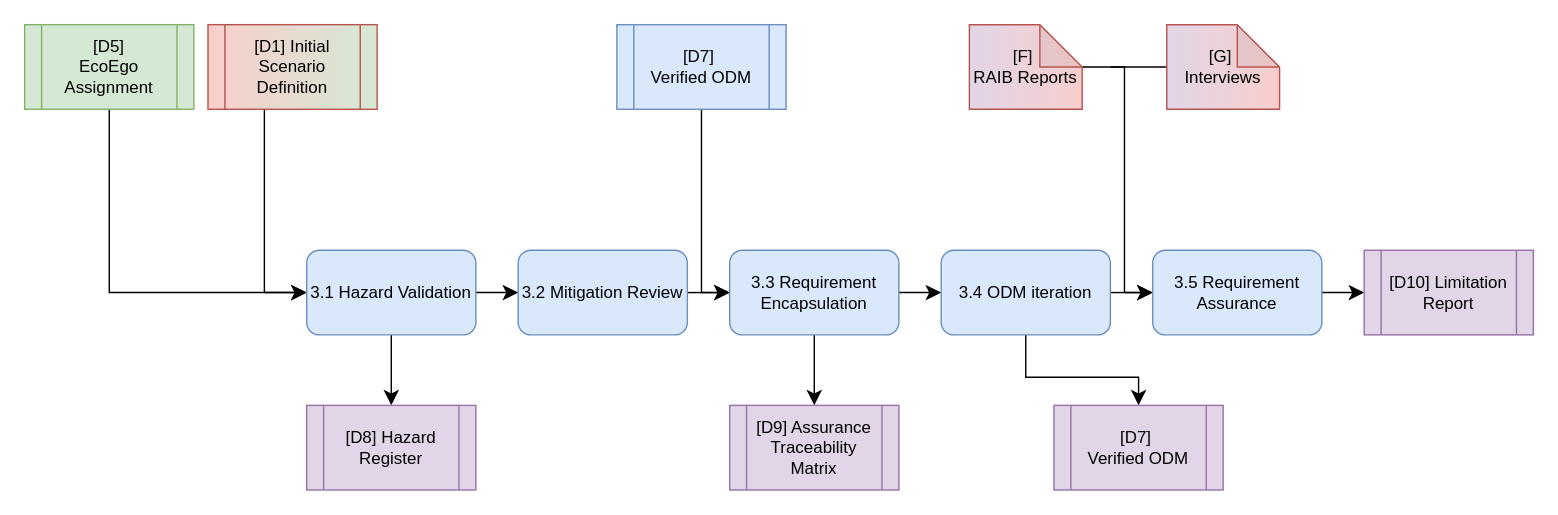
The draw.io diagram public/diagrams/step-3.drawio in TortoiseFather/sacred-site, before the edit. Source tidied: cells renumbered, new cells numbered last; positions are measured from the earlier drawing's top-left corner, leaving out a move shared by most shapes. Both pictures are drawn from the tidied source at 141%, with x=0, y=0 at pixel (24, 24).
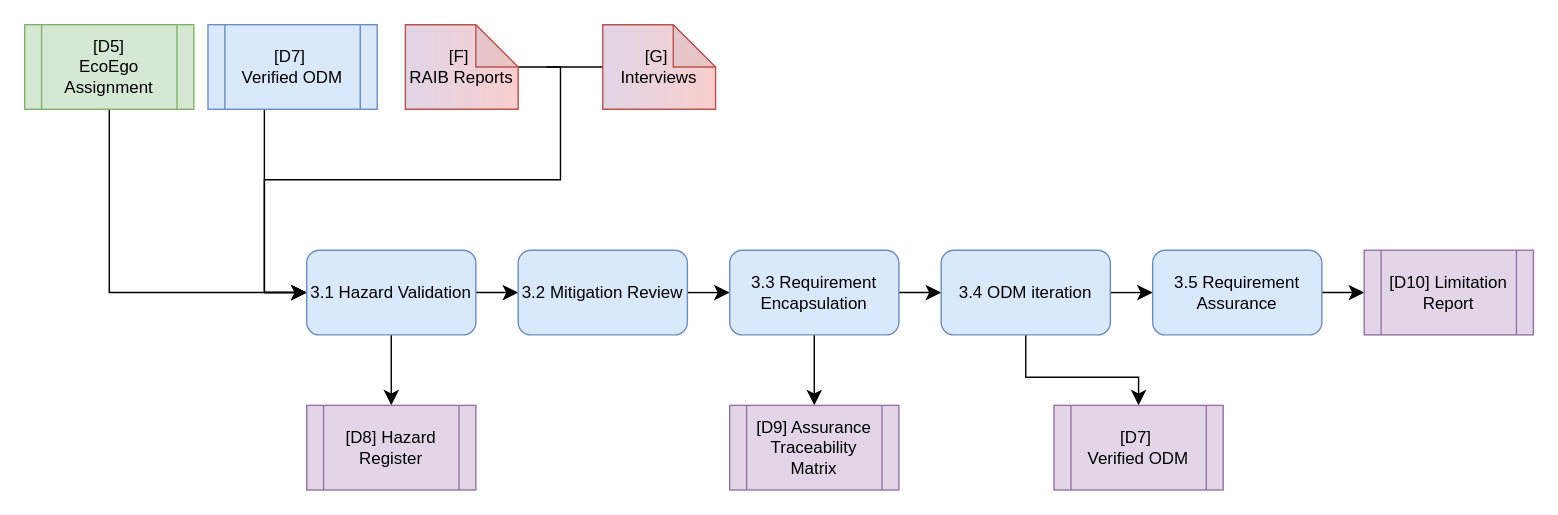
The same diagram, later.

Unchanged cells that the change refers to:
```xml
<mxCell id="12" value="3.1 Hazard Validation" style="rounded=1;whiteSpace=wrap;html=1;fillColor=#dae8fc;strokeColor=#6c8ebf;" parent="1" vertex="1">
  <mxGeometry x="200" y="160" width="120" height="60" as="geometry" />
</mxCell>
<mxCell id="17" value="3.3 Requirement Encapsulation" style="rounded=1;whiteSpace=wrap;html=1;fillColor=#dae8fc;strokeColor=#6c8ebf;" parent="1" vertex="1">
  <mxGeometry x="500" y="160" width="120" height="60" as="geometry" />
</mxCell>
<mxCell id="22" value="3.5 Requirement Assurance" style="rounded=1;whiteSpace=wrap;html=1;fillColor=#dae8fc;strokeColor=#6c8ebf;" parent="1" vertex="1">
  <mxGeometry x="800" y="160" width="120" height="60" as="geometry" />
</mxCell>
```

What changed in the source:
```diff
@@
-    <mxCell id="3" value="[D1] Initial Scenario Definition" style="shape=process;whiteSpace=wrap;html=1;backgroundOutline=1;fillColor=#f8cecc;strokeColor=#b85450;gradientColor=#D5E8D4;gradientDirection=east;" parent="1" vertex="1">
-      <mxGeometry x="130" width="120" height="60" as="geometry" />
-    </mxCell>
@@
-    <mxCell id="6" style="edgeStyle=none;curved=0;rounded=0;jettySize=auto;html=1;entryX=0;entryY=0.5;entryDx=0;entryDy=0;fontSize=12;startSize=8;endSize=8;" parent="1" edge="1" source="7" target="17">
-      <mxGeometry relative="1" as="geometry">
-        <Array as="points">
-          <mxPoint x="480" y="190" />
-        </Array>
-      </mxGeometry>
-    </mxCell>
     <mxCell id="7" value="&lt;div&gt;[D7]&amp;nbsp;&lt;/div&gt;&lt;div&gt;Verified ODM&lt;/div&gt;" style="shape=process;whiteSpace=wrap;html=1;backgroundOutline=1;fillColor=#dae8fc;strokeColor=#6c8ebf;" parent="1" vertex="1">
-      <mxGeometry x="420" width="120" height="60" as="geometry" />
+      <mxGeometry x="130" width="120" height="60" as="geometry" />
     </mxCell>
-    <mxCell id="8" style="edgeStyle=none;curved=0;rounded=0;jettySize=auto;html=1;entryX=0;entryY=0.5;entryDx=0;entryDy=0;fontSize=12;startSize=8;endSize=8;" parent="1" edge="1" source="9" target="22">
+    <mxCell id="8" style="edgeStyle=none;curved=0;rounded=0;jettySize=auto;html=1;fontSize=12;startSize=8;endSize=8;entryX=0;entryY=0.5;entryDx=0;entryDy=0;" parent="1" edge="1" source="9" target="12">
       <mxGeometry relative="1" as="geometry">
         <Array as="points">
-          <mxPoint x="780" y="30" />
-          <mxPoint x="780" y="190" />
+          <mxPoint x="380" y="30" />
+          <mxPoint x="380" y="110" />
+          <mxPoint x="170" y="110" />
+          <mxPoint x="170" y="190" />
         </Array>
       </mxGeometry>
     </mxCell>
     <mxCell id="9" value="&lt;div&gt;[F]&amp;nbsp;&lt;/div&gt;&lt;div&gt;RAIB Reports&lt;/div&gt;" style="shape=note;whiteSpace=wrap;html=1;backgroundOutline=1;darkOpacity=0.05;fillColor=#f8cecc;strokeColor=#b85450;gradientColor=#E1D5E7;gradientDirection=west;" parent="1" vertex="1">
-      <mxGeometry x="670" width="80" height="60" as="geometry" />
+      <mxGeometry x="270" width="80" height="60" as="geometry" />
     </mxCell>
@@
     <mxCell id="23" style="edgeStyle=none;curved=1;rounded=0;jettySize=auto;html=1;fontSize=12;startSize=8;endSize=8;endArrow=none;endFill=0;" parent="1" edge="1" source="24">
       <mxGeometry relative="1" as="geometry">
-        <mxPoint x="770" y="30" as="targetPoint" />
+        <mxPoint x="370" y="30" as="targetPoint" />
       </mxGeometry>
     </mxCell>
     <mxCell id="24" value="&lt;div&gt;[G]&amp;nbsp;&lt;/div&gt;&lt;div&gt;Interviews&lt;/div&gt;" style="shape=note;whiteSpace=wrap;html=1;backgroundOutline=1;darkOpacity=0.05;fillColor=#f8cecc;strokeColor=#b85450;gradientColor=#E1D5E7;gradientDirection=west;" parent="1" vertex="1">
-      <mxGeometry x="810" width="80" height="60" as="geometry" />
+      <mxGeometry x="410" width="80" height="60" as="geometry" />
     </mxCell>
```
